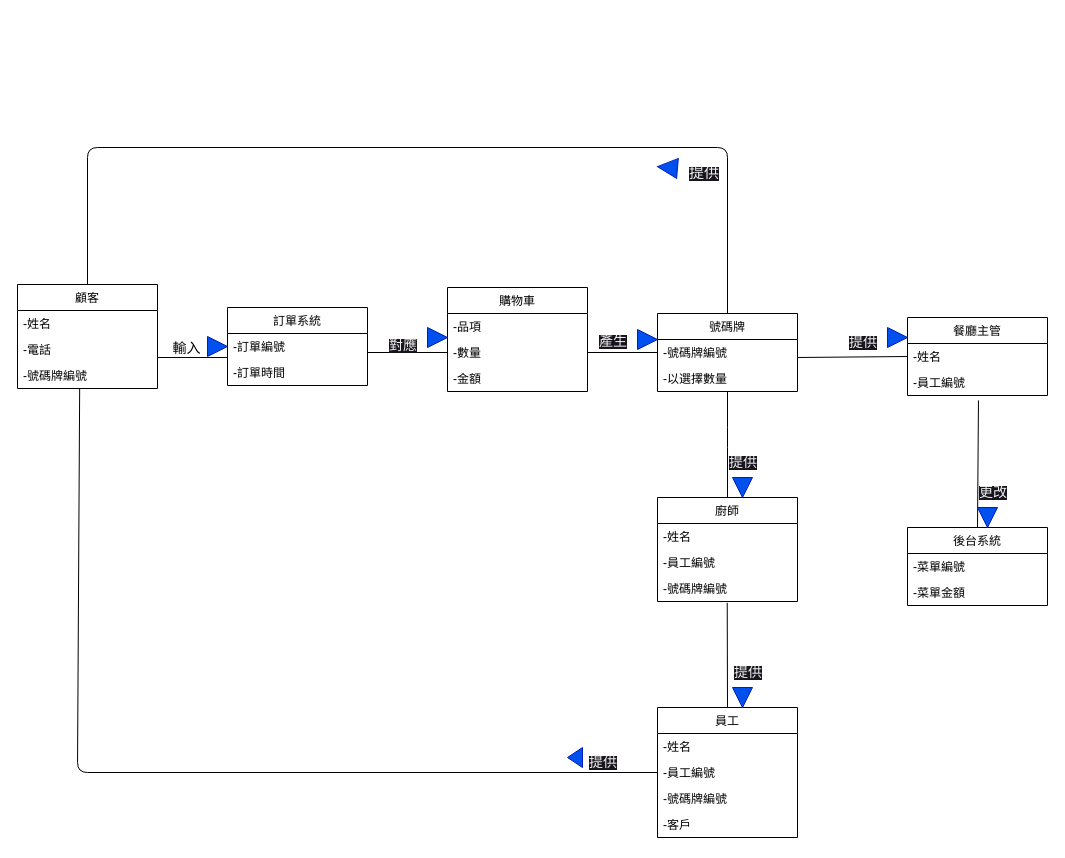
der0829/111-2End keeps this draw.io diagram as page "初步類別圖" (2 of 4) of answer.drawio. Above is the earlier version. Source tidied: cells renumbered, new cells numbered last; positions are measured from the earlier drawing's top-left corner, leaving out a move shared by most shapes. Both pictures are drawn from the tidied source at 100%, with x=0, y=0 at pixel (17, 147).
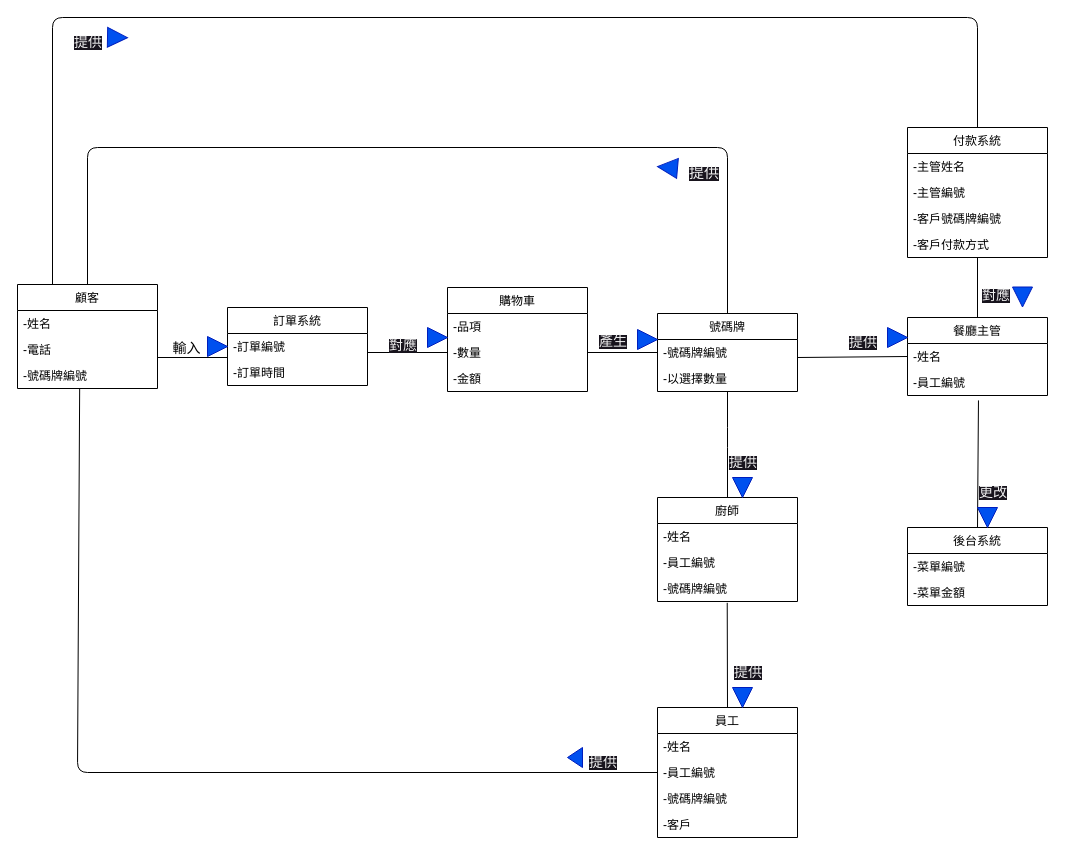
The same diagram, later.

The change refers to these unchanged cells:
```xml
<mxCell id="3" value="顧客" style="swimlane;fontStyle=0;horizontal=1;startSize=26;fillColor=none;" parent="1" vertex="1">
  <mxGeometry y="137" width="140" height="104" as="geometry" />
</mxCell>
<mxCell id="14" value="餐廳主管" style="swimlane;fontStyle=0;horizontal=1;startSize=26;fillColor=none;" parent="1" vertex="1">
  <mxGeometry x="890" y="170" width="140" height="78" as="geometry" />
</mxCell>
```

Diff of the diagram source:
```diff
@@
+    <mxCell id="58" style="edgeStyle=none;html=1;exitX=0.5;exitY=0;exitDx=0;exitDy=0;endArrow=none;endFill=0;" parent="1" edge="1" source="14" target="64">
+      <mxGeometry relative="1" as="geometry" />
+    </mxCell>
@@
+    <mxCell id="59" style="edgeStyle=none;html=1;exitX=0.5;exitY=0;exitDx=0;exitDy=0;endArrow=none;endFill=0;entryX=0.25;entryY=0;entryDx=0;entryDy=0;" parent="1" edge="1" source="60" target="3">
+      <mxGeometry relative="1" as="geometry">
+        <Array as="points">
+          <mxPoint x="960" y="-130" />
+          <mxPoint x="35" y="-130" />
+        </Array>
+      </mxGeometry>
+    </mxCell>
+    <mxCell id="60" value="付款系統" style="swimlane;fontStyle=0;horizontal=1;startSize=26;fillColor=none;" parent="1" vertex="1">
+      <mxGeometry x="890" y="-20" width="140" height="130" as="geometry" />
+    </mxCell>
+    <mxCell id="61" value="-主管姓名" style="text;strokeColor=none;fillColor=none;align=left;verticalAlign=top;spacingLeft=4;spacingRight=4;overflow=hidden;" parent="60" vertex="1">
+      <mxGeometry y="26" width="140" height="26" as="geometry" />
+    </mxCell>
+    <mxCell id="62" value="-主管編號" style="text;strokeColor=none;fillColor=none;align=left;verticalAlign=top;spacingLeft=4;spacingRight=4;overflow=hidden;" parent="60" vertex="1">
+      <mxGeometry y="52" width="140" height="26" as="geometry" />
+    </mxCell>
+    <mxCell id="63" value="-客戶號碼牌編號" style="text;strokeColor=none;fillColor=none;align=left;verticalAlign=top;spacingLeft=4;spacingRight=4;overflow=hidden;" parent="60" vertex="1">
+      <mxGeometry y="78" width="140" height="26" as="geometry" />
+    </mxCell>
+    <mxCell id="64" value="-客戶付款方式" style="text;strokeColor=none;fillColor=none;align=left;verticalAlign=top;spacingLeft=4;spacingRight=4;overflow=hidden;points=[[0,0.5],[1,0.5]];portConstraint=eastwest;" parent="60" vertex="1">
+      <mxGeometry y="104" width="140" height="26" as="geometry" />
+    </mxCell>
+    <mxCell id="65" value="&lt;span style=&quot;color: rgb(240, 240, 240); font-family: Helvetica; font-style: normal; font-variant-ligatures: normal; font-variant-caps: normal; font-weight: 400; letter-spacing: normal; orphans: 2; text-align: center; text-indent: 0px; text-transform: none; widows: 2; word-spacing: 0px; -webkit-text-stroke-width: 0px; background-color: rgb(24, 20, 29); text-decoration-thickness: initial; text-decoration-style: initial; text-decoration-color: initial; float: none; display: inline !important;&quot;&gt;&lt;font style=&quot;font-size: 14px;&quot;&gt;對應&lt;/font&gt;&lt;/span&gt;" style="text;whiteSpace=wrap;html=1;" parent="1" vertex="1">
+      <mxGeometry x="962.5" y="133" width="30" height="33" as="geometry" />
+    </mxCell>
+    <mxCell id="66" value="&lt;span style=&quot;color: rgb(240, 240, 240); font-family: Helvetica; font-style: normal; font-variant-ligatures: normal; font-variant-caps: normal; font-weight: 400; letter-spacing: normal; orphans: 2; text-align: center; text-indent: 0px; text-transform: none; widows: 2; word-spacing: 0px; -webkit-text-stroke-width: 0px; background-color: rgb(24, 20, 29); text-decoration-thickness: initial; text-decoration-style: initial; text-decoration-color: initial; float: none; display: inline !important;&quot;&gt;&lt;font style=&quot;font-size: 14px;&quot;&gt;提供&lt;/font&gt;&lt;/span&gt;" style="text;whiteSpace=wrap;html=1;" parent="1" vertex="1">
+      <mxGeometry x="55" y="-120" width="30" height="33" as="geometry" />
+    </mxCell>
+    <mxCell id="67" style="triangle;whiteSpace=wrap;html=1;fillColor=#0050ef;fontColor=#ffffff;strokeColor=#001DBC;rotation=1;" parent="1" vertex="1">
+      <mxGeometry x="90" y="-120" width="20" height="20" as="geometry" />
+    </mxCell>
+    <mxCell id="68" style="triangle;whiteSpace=wrap;html=1;fillColor=#0050ef;fontColor=#ffffff;strokeColor=#001DBC;rotation=90;" parent="1" vertex="1">
+      <mxGeometry x="995" y="139.5" width="20" height="20" as="geometry" />
+    </mxCell>
```
